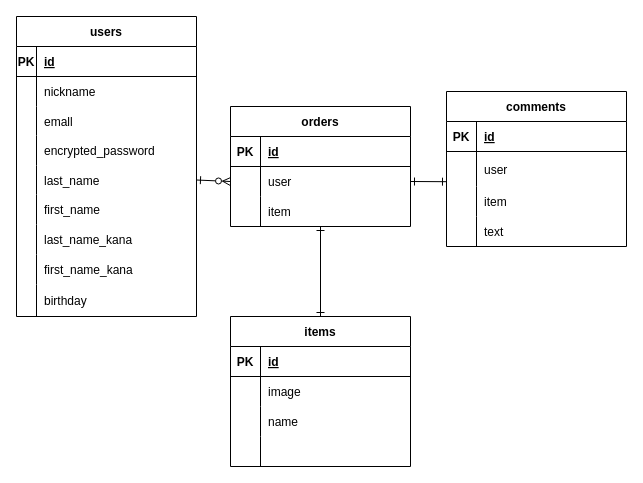
Earlier version of the draw.io diagram test.dio (taku-min/furima-38920). Source tidied: cells renumbered, new cells numbered last; positions are measured from the earlier drawing's top-left corner, leaving out a move shared by most shapes. Both pictures are drawn from the tidied source at 100%, with x=0, y=0 at pixel (16, 16).
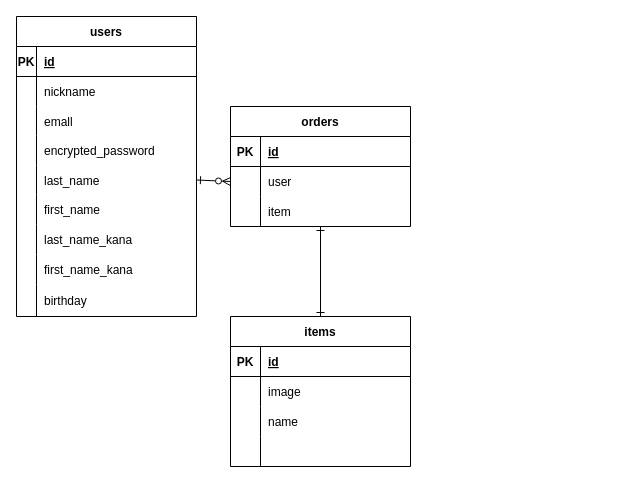
After the change.

Unchanged cells that the change refers to:
```xml
<mxCell id="34" style="shape=tableRow;horizontal=0;startSize=0;swimlaneHead=0;swimlaneBody=0;fillColor=none;points=[[0,0.5],[1,0.5]];portConstraint=eastwest;top=0;left=0;right=0;bottom=0;strokeColor=default;fontFamily=Helvetica;fontSize=12;fontColor=default;" parent="30" vertex="1">
  <mxGeometry y="60" width="180" height="30" as="geometry" />
</mxCell>
```

Change to the diagram source:
```diff
@@
-    <mxCell id="40" value="comments" style="shape=table;startSize=30;childLayout=tableLayout;rowLines=0;fontStyle=1;align=center;strokeColor=default;fontFamily=Helvetica;fontSize=12;fontColor=default;fillColor=none;" parent="1" vertex="1">
-      <mxGeometry x="430" y="75" width="180" height="155" as="geometry" />
-    </mxCell>
-    <mxCell id="41" style="shape=tableRow;horizontal=0;startSize=0;swimlaneHead=0;swimlaneBody=0;fillColor=none;top=0;left=0;right=0;bottom=1;strokeColor=default;fontFamily=Helvetica;fontSize=12;fontColor=default;" parent="40" vertex="1">
-      <mxGeometry y="30" width="180" height="30" as="geometry" />
-    </mxCell>
-    <mxCell id="42" value="PK" style="shape=partialRectangle;fillColor=none;top=0;left=0;bottom=0;right=0;fontStyle=1;overflow=hidden;strokeColor=default;fontFamily=Helvetica;fontSize=12;fontColor=default;" parent="41" vertex="1">
-      <mxGeometry width="30" height="30" as="geometry" />
-    </mxCell>
-    <mxCell id="43" value="id" style="shape=partialRectangle;fillColor=none;top=0;left=0;bottom=0;right=0;align=left;spacingLeft=6;fontStyle=5;overflow=hidden;strokeColor=default;fontFamily=Helvetica;fontSize=12;fontColor=default;" parent="41" vertex="1">
-      <mxGeometry x="30" width="150" height="30" as="geometry" />
-    </mxCell>
-    <mxCell id="44" style="shape=tableRow;horizontal=0;startSize=0;swimlaneHead=0;swimlaneBody=0;fillColor=none;points=[[0,0.5],[1,0.5]];portConstraint=eastwest;top=0;left=0;right=0;bottom=0;strokeColor=default;fontFamily=Helvetica;fontSize=12;fontColor=default;" parent="40" vertex="1">
-      <mxGeometry y="60" width="180" height="35" as="geometry" />
-    </mxCell>
-    <mxCell id="45" style="shape=partialRectangle;fillColor=none;top=0;left=0;bottom=0;right=0;overflow=hidden;strokeColor=default;fontFamily=Helvetica;fontSize=12;fontColor=default;" parent="44" vertex="1">
-      <mxGeometry width="30" height="35" as="geometry" />
-    </mxCell>
-    <mxCell id="46" value="user" style="shape=partialRectangle;fillColor=none;top=0;left=0;bottom=0;right=0;align=left;spacingLeft=6;overflow=hidden;strokeColor=default;fontFamily=Helvetica;fontSize=12;fontColor=default;" parent="44" vertex="1">
-      <mxGeometry x="30" width="150" height="35" as="geometry" />
-    </mxCell>
-    <mxCell id="47" style="shape=tableRow;horizontal=0;startSize=0;swimlaneHead=0;swimlaneBody=0;fillColor=none;top=0;left=0;right=0;bottom=0;strokeColor=default;fontFamily=Helvetica;fontSize=12;fontColor=default;" parent="40" vertex="1">
-      <mxGeometry y="95" width="180" height="30" as="geometry" />
-    </mxCell>
-    <mxCell id="48" style="shape=partialRectangle;fillColor=none;top=0;left=0;bottom=0;right=0;overflow=hidden;strokeColor=default;fontFamily=Helvetica;fontSize=12;fontColor=default;" parent="47" vertex="1">
-      <mxGeometry width="30" height="30" as="geometry" />
-    </mxCell>
-    <mxCell id="49" value="item" style="shape=partialRectangle;fillColor=none;top=0;left=0;bottom=0;right=0;align=left;spacingLeft=6;overflow=hidden;strokeColor=default;fontFamily=Helvetica;fontSize=12;fontColor=default;" parent="47" vertex="1">
-      <mxGeometry x="30" width="150" height="30" as="geometry" />
-    </mxCell>
-    <mxCell id="50" style="shape=tableRow;horizontal=0;startSize=0;swimlaneHead=0;swimlaneBody=0;fillColor=none;top=0;left=0;right=0;bottom=0;strokeColor=default;fontFamily=Helvetica;fontSize=12;fontColor=default;" parent="40" vertex="1">
-      <mxGeometry y="125" width="180" height="30" as="geometry" />
-    </mxCell>
-    <mxCell id="51" style="shape=partialRectangle;fillColor=none;top=0;left=0;bottom=0;right=0;overflow=hidden;strokeColor=default;fontFamily=Helvetica;fontSize=12;fontColor=default;" parent="50" vertex="1">
-      <mxGeometry width="30" height="30" as="geometry" />
-    </mxCell>
-    <mxCell id="52" value="text" style="shape=partialRectangle;fillColor=none;top=0;left=0;bottom=0;right=0;align=left;spacingLeft=6;overflow=hidden;strokeColor=default;fontFamily=Helvetica;fontSize=12;fontColor=default;" parent="50" vertex="1">
-      <mxGeometry x="30" width="150" height="30" as="geometry" />
-    </mxCell>
@@
-    <mxCell id="68" style="edgeStyle=none;html=1;exitX=1;exitY=0.5;exitDx=0;exitDy=0;entryX=0;entryY=0.863;entryDx=0;entryDy=0;entryPerimeter=0;startArrow=ERone;startFill=0;endArrow=ERone;endFill=0;" parent="1" edge="1" source="34" target="44">
-      <mxGeometry relative="1" as="geometry" />
-    </mxCell>
```
